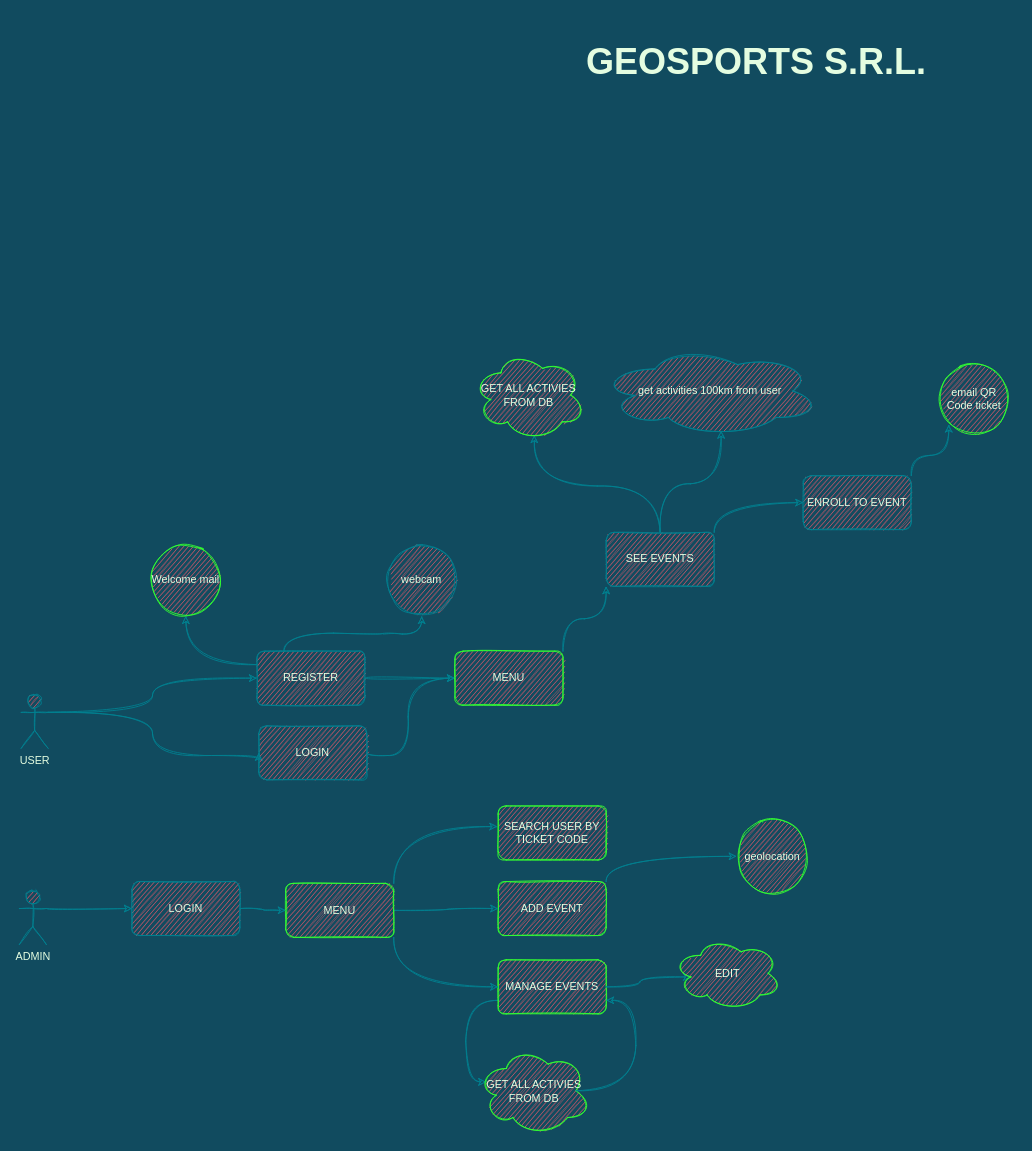
This is chs.drawio from ELSGY/GeoSports, a draw.io file, before an edit. Source tidied: cells renumbered, new cells numbered last; positions are measured from the earlier drawing's top-left corner, leaving out a move shared by most shapes. Both pictures are drawn from the tidied source at 90%, with x=0, y=0 at pixel (19, 15).
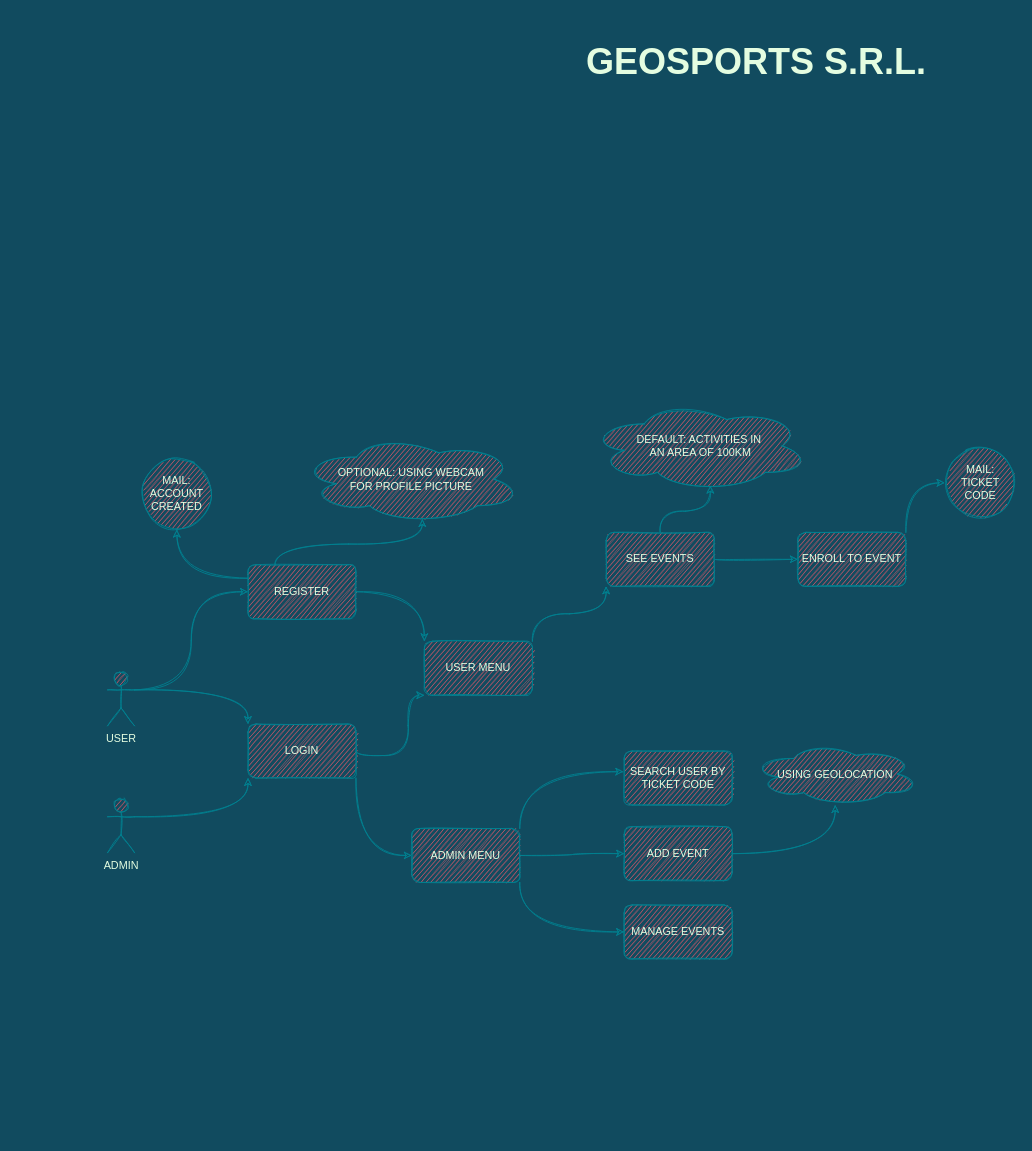
Above is the later version.

What changed in the source:
```diff
@@
-    <mxCell id="2" style="edgeStyle=orthogonalEdgeStyle;jettySize=auto;html=1;exitX=1;exitY=0.5;exitDx=0;exitDy=0;entryX=0;entryY=0.5;entryDx=0;entryDy=0;fontSize=13;strokeColor=#028090;fontColor=#E4FDE1;labelBackgroundColor=#114B5F;curved=1;sketch=1;" parent="1" edge="1" source="5" target="20">
+    <mxCell id="2" style="edgeStyle=orthogonalEdgeStyle;jettySize=auto;html=1;exitX=1;exitY=0.5;exitDx=0;exitDy=0;entryX=0;entryY=0;entryDx=0;entryDy=0;fontSize=13;strokeColor=#028090;fontColor=#E4FDE1;labelBackgroundColor=#114B5F;curved=1;sketch=1;" parent="1" edge="1" source="5" target="20">
       <mxGeometry relative="1" as="geometry" />
     </mxCell>
-    <mxCell id="3" style="edgeStyle=orthogonalEdgeStyle;jettySize=auto;html=1;exitX=0.25;exitY=0;exitDx=0;exitDy=0;strokeColor=#028090;fontColor=#E4FDE1;labelBackgroundColor=#114B5F;curved=1;sketch=1;" parent="1" edge="1" source="5" target="27">
+    <mxCell id="3" style="edgeStyle=orthogonalEdgeStyle;jettySize=auto;html=1;exitX=0.25;exitY=0;exitDx=0;exitDy=0;strokeColor=#028090;fontColor=#E4FDE1;labelBackgroundColor=#114B5F;curved=1;sketch=1;entryX=0.55;entryY=0.95;entryDx=0;entryDy=0;entryPerimeter=0;" parent="1" edge="1" source="5" target="43">
       <mxGeometry relative="1" as="geometry" />
     </mxCell>
@@
-    <mxCell id="5" value="REGISTER" style="whiteSpace=wrap;html=1;fillColor=#F45B69;strokeColor=#028090;fontColor=#E4FDE1;sketch=1;rounded=1;" parent="1" vertex="1">
-      <mxGeometry x="264" y="706" width="120" height="60" as="geometry" />
+    <mxCell id="5" value="REGISTER" style="whiteSpace=wrap;html=1;fillColor=#F45B69;strokeColor=#028090;fontColor=#E4FDE1;rounded=1;sketch=1;" parent="1" vertex="1">
+      <mxGeometry x="254" y="610" width="120" height="60" as="geometry" />
     </mxCell>
-    <mxCell id="6" style="edgeStyle=orthogonalEdgeStyle;jettySize=auto;html=1;exitX=1;exitY=0.5;exitDx=0;exitDy=0;entryX=0;entryY=0.5;entryDx=0;entryDy=0;fontSize=13;strokeColor=#028090;fontColor=#E4FDE1;labelBackgroundColor=#114B5F;curved=1;sketch=1;" parent="1" edge="1" source="21" target="20">
+    <mxCell id="6" style="edgeStyle=orthogonalEdgeStyle;jettySize=auto;html=1;exitX=1;exitY=0.5;exitDx=0;exitDy=0;entryX=0;entryY=1;entryDx=0;entryDy=0;fontSize=13;strokeColor=#028090;fontColor=#E4FDE1;labelBackgroundColor=#114B5F;curved=1;sketch=1;" parent="1" edge="1" source="21" target="20">
       <mxGeometry relative="1" as="geometry">
         <Array as="points">
+          <mxPoint x="374" y="822" />
           <mxPoint x="432" y="822" />
-          <mxPoint x="432" y="736" />
         </Array>
       </mxGeometry>
     </mxCell>
-    <mxCell id="7" style="edgeStyle=orthogonalEdgeStyle;jettySize=auto;html=1;exitX=1;exitY=0.5;exitDx=0;exitDy=0;entryX=0;entryY=0.5;entryDx=0;entryDy=0;fontSize=12;fontColor=#E4FDE1;strokeColor=#028090;fillColor=#F45B69;curved=1;sketch=1;" parent="1" edge="1" source="8" target="38">
+    <mxCell id="7" style="edgeStyle=orthogonalEdgeStyle;jettySize=auto;html=1;exitX=1;exitY=1;exitDx=0;exitDy=0;entryX=0;entryY=0.5;entryDx=0;entryDy=0;fontSize=12;fontColor=#E4FDE1;strokeColor=#028090;fillColor=#F45B69;curved=1;labelBackgroundColor=#114B5F;sketch=1;" parent="1" edge="1" source="21" target="38">
       <mxGeometry relative="1" as="geometry" />
     </mxCell>
-    <mxCell id="8" value="LOGIN" style="whiteSpace=wrap;html=1;fillColor=#F45B69;strokeColor=#028090;fontColor=#E4FDE1;sketch=1;rounded=1;" parent="1" vertex="1">
-      <mxGeometry x="125" y="962" width="120" height="60" as="geometry" />
-    </mxCell>
-    <mxCell id="9" style="edgeStyle=orthogonalEdgeStyle;jettySize=auto;html=1;exitX=1;exitY=0.3333333333333333;exitDx=0;exitDy=0;exitPerimeter=0;entryX=0;entryY=0.5;entryDx=0;entryDy=0;strokeColor=#028090;fontColor=#E4FDE1;labelBackgroundColor=#114B5F;curved=1;sketch=1;" parent="1" edge="1" source="10" target="8">
+    <mxCell id="9" style="edgeStyle=orthogonalEdgeStyle;jettySize=auto;html=1;exitX=1;exitY=0.3333333333333333;exitDx=0;exitDy=0;exitPerimeter=0;entryX=0;entryY=1;entryDx=0;entryDy=0;strokeColor=#028090;fontColor=#E4FDE1;labelBackgroundColor=#114B5F;curved=1;sketch=1;" parent="1" edge="1" source="10" target="21">
       <mxGeometry relative="1" as="geometry" />
     </mxCell>
-    <mxCell id="10" value="ADMIN&lt;br&gt;" style="shape=umlActor;verticalLabelPosition=bottom;verticalAlign=top;html=1;outlineConnect=0;fillColor=#F45B69;strokeColor=#028090;fontColor=#E4FDE1;sketch=1;rounded=1;" parent="1" vertex="1">
-      <mxGeometry y="972" width="30" height="60" as="geometry" />
+    <mxCell id="10" value="ADMIN&lt;br&gt;" style="shape=umlActor;verticalLabelPosition=bottom;verticalAlign=top;html=1;outlineConnect=0;fillColor=#F45B69;strokeColor=#028090;fontColor=#E4FDE1;rounded=1;sketch=1;" parent="1" vertex="1">
+      <mxGeometry x="98" y="870" width="30" height="60" as="geometry" />
     </mxCell>
+    <mxCell id="12" style="edgeStyle=orthogonalEdgeStyle;jettySize=auto;html=1;exitX=1;exitY=0.3333333333333333;exitDx=0;exitDy=0;exitPerimeter=0;entryX=0;entryY=0.5;entryDx=0;entryDy=0;strokeColor=#028090;fontColor=#E4FDE1;labelBackgroundColor=#114B5F;curved=1;sketch=1;" parent="1" edge="1" source="13" target="5">
+      <mxGeometry relative="1" as="geometry" />
+    </mxCell>
-    <mxCell id="11" style="edgeStyle=orthogonalEdgeStyle;jettySize=auto;html=1;exitX=1;exitY=0.3333333333333333;exitDx=0;exitDy=0;exitPerimeter=0;entryX=0;entryY=0.5;entryDx=0;entryDy=0;strokeColor=#028090;fontColor=#E4FDE1;labelBackgroundColor=#114B5F;curved=1;sketch=1;" parent="1" edge="1" source="13" target="21">
+    <mxCell id="11" style="edgeStyle=orthogonalEdgeStyle;rounded=0;jettySize=auto;html=1;exitX=1;exitY=0.3333333333333333;exitDx=0;exitDy=0;exitPerimeter=0;entryX=0;entryY=0;entryDx=0;entryDy=0;labelBackgroundColor=#114B5F;strokeColor=#028090;fontColor=#E4FDE1;curved=1;sketch=1;" parent="1" edge="1" source="13" target="21">
       <mxGeometry relative="1" as="geometry">
         <Array as="points">
-          <mxPoint x="148" y="774" />
-          <mxPoint x="148" y="822" />
+          <mxPoint x="254" y="749" />
         </Array>
       </mxGeometry>
     </mxCell>
-    <mxCell id="12" style="edgeStyle=orthogonalEdgeStyle;jettySize=auto;html=1;exitX=1;exitY=0.3333333333333333;exitDx=0;exitDy=0;exitPerimeter=0;entryX=0;entryY=0.5;entryDx=0;entryDy=0;strokeColor=#028090;fontColor=#E4FDE1;labelBackgroundColor=#114B5F;curved=1;sketch=1;" parent="1" edge="1" source="13" target="5">
-      <mxGeometry relative="1" as="geometry" />
-    </mxCell>
-    <mxCell id="13" value="USER&lt;br&gt;" style="shape=umlActor;verticalLabelPosition=bottom;verticalAlign=top;html=1;outlineConnect=0;fillColor=#F45B69;strokeColor=#028090;fontColor=#E4FDE1;sketch=1;rounded=1;" parent="1" vertex="1">
-      <mxGeometry x="2" y="754" width="30" height="60" as="geometry" />
+    <mxCell id="13" value="USER&lt;br&gt;" style="shape=umlActor;verticalLabelPosition=bottom;verticalAlign=top;html=1;outlineConnect=0;fillColor=#F45B69;strokeColor=#028090;fontColor=#E4FDE1;rounded=1;sketch=1;" parent="1" vertex="1">
+      <mxGeometry x="98" y="729" width="30" height="60" as="geometry" />
     </mxCell>
-    <mxCell id="14" style="edgeStyle=orthogonalEdgeStyle;curved=1;rounded=1;sketch=1;jettySize=auto;html=1;exitX=1;exitY=0;exitDx=0;exitDy=0;entryX=0;entryY=0.5;entryDx=0;entryDy=0;fontSize=12;fontColor=#E4FDE1;strokeColor=#028090;fillColor=#F45B69;" parent="1" edge="1" source="15" target="40">
+    <mxCell id="14" style="edgeStyle=orthogonalEdgeStyle;curved=1;rounded=1;jettySize=auto;html=1;exitX=1;exitY=0.5;exitDx=0;exitDy=0;fontSize=12;fontColor=#E4FDE1;strokeColor=#028090;fillColor=#F45B69;labelBackgroundColor=#114B5F;sketch=1;" parent="1" edge="1" source="15" target="44">
       <mxGeometry relative="1" as="geometry" />
     </mxCell>
-    <mxCell id="15" value="ADD EVENT" style="whiteSpace=wrap;html=1;fillColor=#F45B69;strokeColor=#33FF33;fontColor=#E4FDE1;sketch=1;rounded=1;" parent="1" vertex="1">
-      <mxGeometry x="532" y="962" width="120" height="60" as="geometry" />
+    <mxCell id="15" value="ADD EVENT" style="whiteSpace=wrap;html=1;fillColor=#F45B69;strokeColor=#028090;fontColor=#E4FDE1;rounded=1;sketch=1;" parent="1" vertex="1">
+      <mxGeometry x="672" y="901" width="120" height="60" as="geometry" />
     </mxCell>
-    <mxCell id="16" style="edgeStyle=orthogonalEdgeStyle;jettySize=auto;html=1;exitX=0;exitY=0.75;exitDx=0;exitDy=0;entryX=0.07;entryY=0.4;entryDx=0;entryDy=0;entryPerimeter=0;fontSize=12;fontColor=#E4FDE1;strokeColor=#028090;fillColor=#F45B69;curved=1;sketch=1;" parent="1" edge="1" source="17" target="34">
-      <mxGeometry relative="1" as="geometry">
-        <Array as="points">
-          <mxPoint x="496" y="1094" />
-          <mxPoint x="496" y="1185" />
-        </Array>
-      </mxGeometry>
-    </mxCell>
-    <mxCell id="17" value="MANAGE EVENTS" style="whiteSpace=wrap;html=1;fillColor=#F45B69;strokeColor=#33FF33;fontColor=#E4FDE1;sketch=1;rounded=1;" parent="1" vertex="1">
-      <mxGeometry x="532" y="1049" width="120" height="60" as="geometry" />
+    <mxCell id="17" value="MANAGE EVENTS" style="whiteSpace=wrap;html=1;fillColor=#F45B69;strokeColor=#028090;fontColor=#E4FDE1;rounded=1;sketch=1;" parent="1" vertex="1">
+      <mxGeometry x="672" y="988" width="120" height="60" as="geometry" />
     </mxCell>
-    <mxCell id="18" value="&lt;font style=&quot;font-size: 40px;&quot;&gt;GEOSPORTS S.R.L.&lt;/font&gt;" style="text;html=1;align=center;verticalAlign=middle;whiteSpace=wrap;fontStyle=1;fontSize=40;fontColor=#E4FDE1;sketch=1;rounded=1;" parent="1" vertex="1">
+    <mxCell id="18" value="&lt;font style=&quot;font-size: 40px;&quot;&gt;GEOSPORTS S.R.L.&lt;/font&gt;" style="text;html=1;align=center;verticalAlign=middle;whiteSpace=wrap;fontStyle=1;fontSize=40;fontColor=#E4FDE1;rounded=1;sketch=1;" parent="1" vertex="1">
       <mxGeometry x="550" width="538" height="100" as="geometry" />
     </mxCell>
@@
-    <mxCell id="20" value="MENU" style="whiteSpace=wrap;html=1;fillColor=#F45B69;strokeColor=#33FF33;fontColor=#E4FDE1;sketch=1;rounded=1;" parent="1" vertex="1">
-      <mxGeometry x="484" y="706" width="120" height="60" as="geometry" />
+    <mxCell id="20" value="USER MENU" style="whiteSpace=wrap;html=1;fillColor=#F45B69;strokeColor=#028090;fontColor=#E4FDE1;rounded=1;sketch=1;" parent="1" vertex="1">
+      <mxGeometry x="450" y="695" width="120" height="60" as="geometry" />
     </mxCell>
-    <mxCell id="21" value="LOGIN" style="whiteSpace=wrap;html=1;fillColor=#F45B69;strokeColor=#028090;fontColor=#E4FDE1;sketch=1;rounded=1;" parent="1" vertex="1">
-      <mxGeometry x="266" y="789" width="120" height="60" as="geometry" />
+    <mxCell id="21" value="LOGIN" style="whiteSpace=wrap;html=1;fillColor=#F45B69;strokeColor=#028090;fontColor=#E4FDE1;rounded=1;sketch=1;" parent="1" vertex="1">
+      <mxGeometry x="254" y="787" width="120" height="60" as="geometry" />
     </mxCell>
-    <mxCell id="22" style="edgeStyle=orthogonalEdgeStyle;jettySize=auto;html=1;exitX=1;exitY=0;exitDx=0;exitDy=0;entryX=0;entryY=0.5;entryDx=0;entryDy=0;fontSize=13;strokeColor=#028090;fontColor=#E4FDE1;labelBackgroundColor=#114B5F;curved=1;sketch=1;" parent="1" edge="1" source="24" target="26">
+    <mxCell id="22" style="edgeStyle=orthogonalEdgeStyle;jettySize=auto;html=1;exitX=1;exitY=0.5;exitDx=0;exitDy=0;entryX=0;entryY=0.5;entryDx=0;entryDy=0;fontSize=13;strokeColor=#028090;fontColor=#E4FDE1;labelBackgroundColor=#114B5F;curved=1;sketch=1;" parent="1" edge="1" source="24" target="26">
       <mxGeometry relative="1" as="geometry" />
     </mxCell>
-    <mxCell id="23" style="edgeStyle=orthogonalEdgeStyle;curved=1;rounded=1;sketch=1;jettySize=auto;html=1;exitX=0.5;exitY=0;exitDx=0;exitDy=0;entryX=0.55;entryY=0.95;entryDx=0;entryDy=0;entryPerimeter=0;fontSize=12;fontColor=#E4FDE1;strokeColor=#028090;fillColor=#F45B69;" parent="1" edge="1" source="24" target="39">
-      <mxGeometry relative="1" as="geometry" />
-    </mxCell>
-    <mxCell id="24" value="SEE EVENTS" style="whiteSpace=wrap;html=1;fillColor=#F45B69;strokeColor=#028090;fontColor=#E4FDE1;sketch=1;rounded=1;" parent="1" vertex="1">
+    <mxCell id="24" value="SEE EVENTS" style="whiteSpace=wrap;html=1;fillColor=#F45B69;strokeColor=#028090;fontColor=#E4FDE1;rounded=1;sketch=1;" parent="1" vertex="1">
       <mxGeometry x="652" y="574" width="120" height="60" as="geometry" />
     </mxCell>
-    <mxCell id="25" style="edgeStyle=orthogonalEdgeStyle;jettySize=auto;html=1;exitX=1;exitY=0;exitDx=0;exitDy=0;entryX=0;entryY=1;entryDx=0;entryDy=0;strokeColor=#028090;fontColor=#E4FDE1;labelBackgroundColor=#114B5F;curved=1;sketch=1;" parent="1" edge="1" source="26" target="28">
+    <mxCell id="25" style="edgeStyle=orthogonalEdgeStyle;jettySize=auto;html=1;exitX=1;exitY=0;exitDx=0;exitDy=0;entryX=0;entryY=0.5;entryDx=0;entryDy=0;strokeColor=#028090;fontColor=#E4FDE1;labelBackgroundColor=#114B5F;curved=1;sketch=1;" parent="1" edge="1" source="26" target="28">
       <mxGeometry relative="1" as="geometry" />
     </mxCell>
-    <mxCell id="26" value="ENROLL TO EVENT" style="whiteSpace=wrap;html=1;fillColor=#F45B69;strokeColor=#028090;fontColor=#E4FDE1;sketch=1;rounded=1;" parent="1" vertex="1">
-      <mxGeometry x="871" y="511" width="120" height="60" as="geometry" />
+    <mxCell id="26" value="ENROLL TO EVENT" style="whiteSpace=wrap;html=1;fillColor=#F45B69;strokeColor=#028090;fontColor=#E4FDE1;rounded=1;sketch=1;" parent="1" vertex="1">
+      <mxGeometry x="865" y="574" width="120" height="60" as="geometry" />
     </mxCell>
-    <mxCell id="27" value="webcam" style="ellipse;whiteSpace=wrap;html=1;fillColor=#F45B69;strokeColor=#028090;fontColor=#E4FDE1;sketch=1;rounded=1;" parent="1" vertex="1">
-      <mxGeometry x="407" y="587" width="80" height="80" as="geometry" />
-    </mxCell>
-    <mxCell id="28" value="email QR Code ticket" style="ellipse;whiteSpace=wrap;html=1;fillColor=#F45B69;strokeColor=#33FF33;fontColor=#E4FDE1;sketch=1;rounded=1;" parent="1" vertex="1">
-      <mxGeometry x="1021" y="386" width="80" height="80" as="geometry" />
+    <mxCell id="28" value="MAIL:&lt;br&gt;TICKET CODE" style="ellipse;whiteSpace=wrap;html=1;fillColor=#F45B69;strokeColor=#028090;fontColor=#E4FDE1;rounded=1;sketch=1;" parent="1" vertex="1">
+      <mxGeometry x="1028" y="479" width="80" height="80" as="geometry" />
     </mxCell>
-    <mxCell id="29" style="edgeStyle=orthogonalEdgeStyle;jettySize=auto;html=1;exitX=1;exitY=0.5;exitDx=0;exitDy=0;fontColor=#E4FDE1;strokeColor=#028090;fillColor=#F45B69;curved=1;sketch=1;entryX=0.16;entryY=0.55;entryDx=0;entryDy=0;entryPerimeter=0;" parent="1" edge="1" source="17" target="33">
-      <mxGeometry relative="1" as="geometry" />
-    </mxCell>
-    <mxCell id="30" style="edgeStyle=orthogonalEdgeStyle;curved=1;rounded=1;sketch=1;jettySize=auto;html=1;exitX=0.5;exitY=0;exitDx=0;exitDy=0;entryX=0.55;entryY=0.95;entryDx=0;entryDy=0;entryPerimeter=0;fontSize=12;fontColor=#E4FDE1;strokeColor=#028090;fillColor=#F45B69;" parent="1" edge="1" source="24" target="41">
+    <mxCell id="30" style="edgeStyle=orthogonalEdgeStyle;curved=1;rounded=1;jettySize=auto;html=1;exitX=0.5;exitY=0;exitDx=0;exitDy=0;entryX=0.55;entryY=0.95;entryDx=0;entryDy=0;entryPerimeter=0;fontSize=12;fontColor=#E4FDE1;strokeColor=#028090;fillColor=#F45B69;labelBackgroundColor=#114B5F;sketch=1;" parent="1" edge="1" source="24" target="41">
       <mxGeometry relative="1" as="geometry" />
     </mxCell>
-    <mxCell id="31" value="Welcome mail" style="ellipse;whiteSpace=wrap;html=1;fillColor=#F45B69;strokeColor=#33FF33;fontColor=#E4FDE1;sketch=1;rounded=1;" parent="1" vertex="1">
-      <mxGeometry x="145" y="587" width="80" height="80" as="geometry" />
+    <mxCell id="31" value="MAIL: ACCOUNT CREATED" style="ellipse;whiteSpace=wrap;html=1;fillColor=#F45B69;strokeColor=#028090;fontColor=#E4FDE1;rounded=1;sketch=1;" parent="1" vertex="1">
+      <mxGeometry x="135" y="491" width="80" height="80" as="geometry" />
     </mxCell>
-    <mxCell id="32" value="SEARCH USER BY TICKET CODE" style="whiteSpace=wrap;html=1;fillColor=#F45B69;strokeColor=#33FF33;fontColor=#E4FDE1;sketch=1;rounded=1;" parent="1" vertex="1">
-      <mxGeometry x="532" y="878" width="120" height="60" as="geometry" />
+    <mxCell id="32" value="SEARCH USER BY TICKET CODE" style="whiteSpace=wrap;html=1;fillColor=#F45B69;strokeColor=#028090;fontColor=#E4FDE1;rounded=1;sketch=1;" parent="1" vertex="1">
+      <mxGeometry x="672" y="817" width="120" height="60" as="geometry" />
     </mxCell>
-    <mxCell id="33" value="EDIT" style="ellipse;shape=cloud;whiteSpace=wrap;html=1;fontSize=12;fillColor=#F45B69;strokeColor=#33FF33;fontColor=#E4FDE1;sketch=1;rounded=1;" parent="1" vertex="1">
-      <mxGeometry x="727" y="1024" width="120" height="80" as="geometry" />
-    </mxCell>
-    <mxCell id="34" value="GET ALL ACTIVIES FROM DB" style="ellipse;shape=cloud;whiteSpace=wrap;html=1;fontSize=12;fillColor=#F45B69;strokeColor=#33FF33;fontColor=#E4FDE1;sketch=1;rounded=1;" parent="1" vertex="1">
-      <mxGeometry x="510" y="1145" width="124" height="99" as="geometry" />
-    </mxCell>
-    <mxCell id="35" style="edgeStyle=orthogonalEdgeStyle;jettySize=auto;html=1;exitX=1;exitY=0;exitDx=0;exitDy=0;entryX=-0.008;entryY=0.383;entryDx=0;entryDy=0;entryPerimeter=0;fontSize=12;fontColor=#E4FDE1;strokeColor=#028090;fillColor=#F45B69;curved=1;sketch=1;" parent="1" edge="1" source="38" target="32">
+    <mxCell id="35" style="edgeStyle=orthogonalEdgeStyle;jettySize=auto;html=1;exitX=1;exitY=0;exitDx=0;exitDy=0;entryX=-0.008;entryY=0.383;entryDx=0;entryDy=0;entryPerimeter=0;fontSize=12;fontColor=#E4FDE1;strokeColor=#028090;fillColor=#F45B69;curved=1;labelBackgroundColor=#114B5F;sketch=1;" parent="1" edge="1" source="38" target="32">
       <mxGeometry relative="1" as="geometry" />
     </mxCell>
-    <mxCell id="36" style="edgeStyle=orthogonalEdgeStyle;jettySize=auto;html=1;exitX=1;exitY=0.5;exitDx=0;exitDy=0;entryX=0;entryY=0.5;entryDx=0;entryDy=0;fontSize=12;fontColor=#E4FDE1;strokeColor=#028090;fillColor=#F45B69;curved=1;sketch=1;" parent="1" edge="1" source="38" target="15">
+    <mxCell id="36" style="edgeStyle=orthogonalEdgeStyle;jettySize=auto;html=1;exitX=1;exitY=0.5;exitDx=0;exitDy=0;entryX=0;entryY=0.5;entryDx=0;entryDy=0;fontSize=12;fontColor=#E4FDE1;strokeColor=#028090;fillColor=#F45B69;curved=1;labelBackgroundColor=#114B5F;sketch=1;" parent="1" edge="1" source="38" target="15">
       <mxGeometry relative="1" as="geometry" />
     </mxCell>
-    <mxCell id="37" style="edgeStyle=orthogonalEdgeStyle;jettySize=auto;html=1;exitX=1;exitY=1;exitDx=0;exitDy=0;entryX=0;entryY=0.5;entryDx=0;entryDy=0;fontSize=12;fontColor=#E4FDE1;strokeColor=#028090;fillColor=#F45B69;curved=1;sketch=1;" parent="1" edge="1" source="38" target="17">
+    <mxCell id="37" style="edgeStyle=orthogonalEdgeStyle;jettySize=auto;html=1;exitX=1;exitY=1;exitDx=0;exitDy=0;entryX=0;entryY=0.5;entryDx=0;entryDy=0;fontSize=12;fontColor=#E4FDE1;strokeColor=#028090;fillColor=#F45B69;curved=1;labelBackgroundColor=#114B5F;sketch=1;" parent="1" edge="1" source="38" target="17">
       <mxGeometry relative="1" as="geometry" />
     </mxCell>
-    <mxCell id="38" value="MENU" style="whiteSpace=wrap;html=1;fillColor=#F45B69;strokeColor=#33FF33;fontColor=#E4FDE1;sketch=1;rounded=1;" parent="1" vertex="1">
-      <mxGeometry x="296" y="964" width="120" height="60" as="geometry" />
+    <mxCell id="38" value="ADMIN MENU" style="whiteSpace=wrap;html=1;fillColor=#F45B69;strokeColor=#028090;fontColor=#E4FDE1;rounded=1;sketch=1;" parent="1" vertex="1">
+      <mxGeometry x="436" y="903" width="120" height="60" as="geometry" />
     </mxCell>
-    <mxCell id="39" value="GET ALL ACTIVIES FROM DB" style="ellipse;shape=cloud;whiteSpace=wrap;html=1;fontSize=12;fillColor=#F45B69;strokeColor=#33FF33;fontColor=#E4FDE1;sketch=1;rounded=1;" parent="1" vertex="1">
-      <mxGeometry x="504" y="372" width="124" height="99" as="geometry" />
-    </mxCell>
-    <mxCell id="40" value="geolocation" style="ellipse;whiteSpace=wrap;html=1;fillColor=#F45B69;strokeColor=#33FF33;fontColor=#E4FDE1;sketch=1;rounded=1;" parent="1" vertex="1">
-      <mxGeometry x="797" y="894" width="80" height="80" as="geometry" />
-    </mxCell>
-    <mxCell id="41" value="get activities 100km from user" style="ellipse;shape=cloud;whiteSpace=wrap;html=1;fontSize=12;fillColor=#F45B69;strokeColor=#028090;fontColor=#E4FDE1;sketch=1;rounded=1;" parent="1" vertex="1">
-      <mxGeometry x="645" y="368" width="245" height="98" as="geometry" />
+    <mxCell id="41" value="DEFAULT: ACTIVITIES IN&lt;br&gt;&amp;nbsp;AN AREA OF 100KM" style="ellipse;shape=cloud;whiteSpace=wrap;html=1;fontSize=12;fillColor=#F45B69;strokeColor=#028090;fontColor=#E4FDE1;rounded=1;sketch=1;" parent="1" vertex="1">
+      <mxGeometry x="633" y="429" width="245" height="98" as="geometry" />
     </mxCell>
-    <mxCell id="42" style="edgeStyle=orthogonalEdgeStyle;jettySize=auto;html=1;exitX=0.875;exitY=0.5;exitDx=0;exitDy=0;fontSize=12;fontColor=#E4FDE1;strokeColor=#028090;fillColor=#F45B69;curved=1;sketch=1;exitPerimeter=0;entryX=1;entryY=0.75;entryDx=0;entryDy=0;" parent="1" edge="1" source="34" target="17">
-      <mxGeometry relative="1" as="geometry">
-        <Array as="points">
-          <mxPoint x="685" y="1195" />
-          <mxPoint x="685" y="1094" />
-        </Array>
-      </mxGeometry>
-    </mxCell>
+    <mxCell id="43" value="OPTIONAL: USING WEBCAM &lt;br&gt;FOR PROFILE PICTURE" style="ellipse;shape=cloud;whiteSpace=wrap;html=1;fontSize=12;fillColor=#F45B69;strokeColor=#028090;fontColor=#E4FDE1;rounded=1;sketch=1;" parent="1" vertex="1">
+      <mxGeometry x="313" y="466" width="245" height="98" as="geometry" />
+    </mxCell>
+    <mxCell id="44" value="USING GEOLOCATION" style="ellipse;shape=cloud;whiteSpace=wrap;html=1;fontSize=12;fillColor=#F45B69;strokeColor=#028090;fontColor=#E4FDE1;rounded=1;sketch=1;" parent="1" vertex="1">
+      <mxGeometry x="814" y="808" width="185" height="69" as="geometry" />
+    </mxCell>
```
